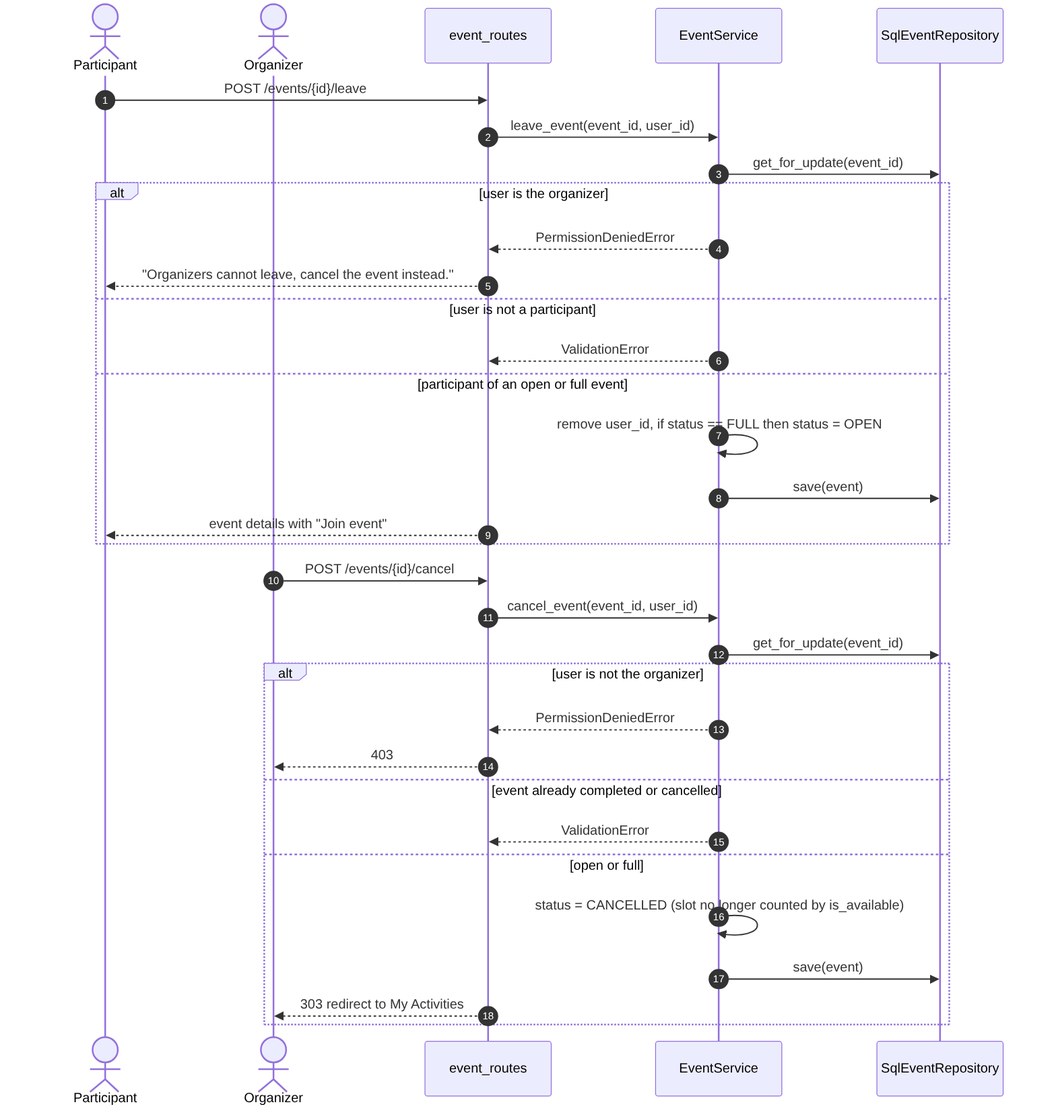
Earlier version of the Mermaid export docs/design/sequence/uc10_uc11_leave_and_cancel.png (emir-heval-arda-harun/CMPE-331-project). Its source is kept beside it as docs/design/sequence/uc10_uc11_leave_and_cancel.mmd.
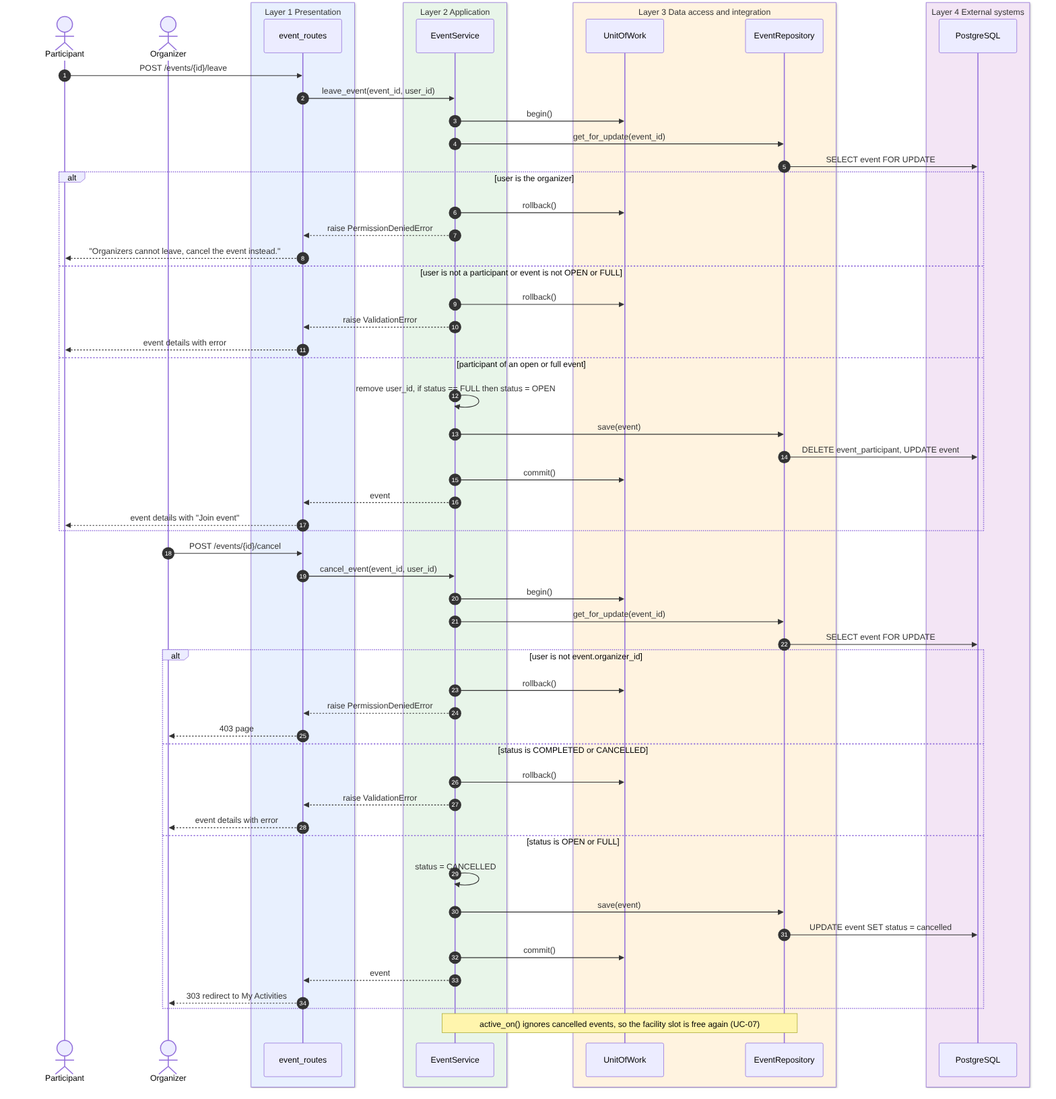
After the change.

The edit, as a diff of the source:
```diff
@@ -2,34 +2,61 @@
     autonumber
     actor P as Participant
     actor O as Organizer
-    participant R as event_routes
-    participant E as EventService
-    participant ER as SqlEventRepository
+    box rgb(232,240,254) Layer 1 Presentation
+        participant R as event_routes
+    end
+    box rgb(232,245,233) Layer 2 Application
+        participant E as EventService
+    end
+    box rgb(255,243,224) Layer 3 Data access and integration
+        participant W as UnitOfWork
+        participant ER as EventRepository
+    end
+    box rgb(243,229,245) Layer 4 External systems
+        participant DB as PostgreSQL
+    end
 
     P->>R: POST /events/{id}/leave
     R->>E: leave_event(event_id, user_id)
+    E->>W: begin()
     E->>ER: get_for_update(event_id)
+    ER->>DB: SELECT event FOR UPDATE
     alt user is the organizer
-        E-->>R: PermissionDeniedError
+        E->>W: rollback()
+        E-->>R: raise PermissionDeniedError
         R-->>P: "Organizers cannot leave, cancel the event instead."
-    else user is not a participant
-        E-->>R: ValidationError
+    else user is not a participant or event is not OPEN or FULL
+        E->>W: rollback()
+        E-->>R: raise ValidationError
+        R-->>P: event details with error
     else participant of an open or full event
         E->>E: remove user_id, if status == FULL then status = OPEN
         E->>ER: save(event)
+        ER->>DB: DELETE event_participant, UPDATE event
+        E->>W: commit()
+        E-->>R: event
         R-->>P: event details with "Join event"
     end
 
     O->>R: POST /events/{id}/cancel
     R->>E: cancel_event(event_id, user_id)
+    E->>W: begin()
     E->>ER: get_for_update(event_id)
-    alt user is not the organizer
-        E-->>R: PermissionDeniedError
-        R-->>O: 403
-    else event already completed or cancelled
-        E-->>R: ValidationError
-    else open or full
-        E->>E: status = CANCELLED (slot no longer counted by is_available)
+    ER->>DB: SELECT event FOR UPDATE
+    alt user is not event.organizer_id
+        E->>W: rollback()
+        E-->>R: raise PermissionDeniedError
+        R-->>O: 403 page
+    else status is COMPLETED or CANCELLED
+        E->>W: rollback()
+        E-->>R: raise ValidationError
+        R-->>O: event details with error
+    else status is OPEN or FULL
+        E->>E: status = CANCELLED
         E->>ER: save(event)
+        ER->>DB: UPDATE event SET status = cancelled
+        E->>W: commit()
+        E-->>R: event
         R-->>O: 303 redirect to My Activities
     end
+    Note over E,ER: active_on() ignores cancelled events, so the facility slot is free again (UC-07)
```
